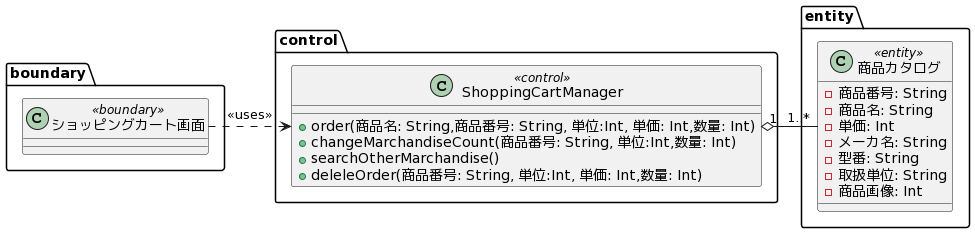
Above: 07_ShoppingCart.png in shunsuke-kawata/UML_image (PlantUML), before the change.
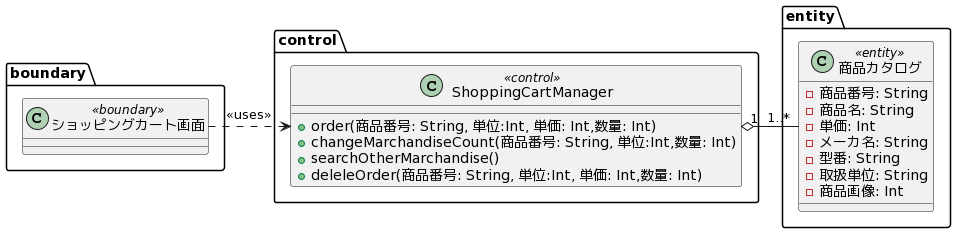
The same diagram one commit later.

The edit, as a diff of the source:
```diff
@@ -5,7 +5,7 @@
 }
 package control {
   class ShoppingCartManager<<control>> {
-    +order(商品名: String,商品番号: String, 単位:Int, 単価: Int,数量: Int)
+    +order(商品番号: String, 単位:Int, 単価: Int,数量: Int)
     +changeMarchandiseCount(商品番号: String, 単位:Int,数量: Int)
     +searchOtherMarchandise()
     +deleleOrder(商品番号: String, 単位:Int, 単価: Int,数量: Int)
```
